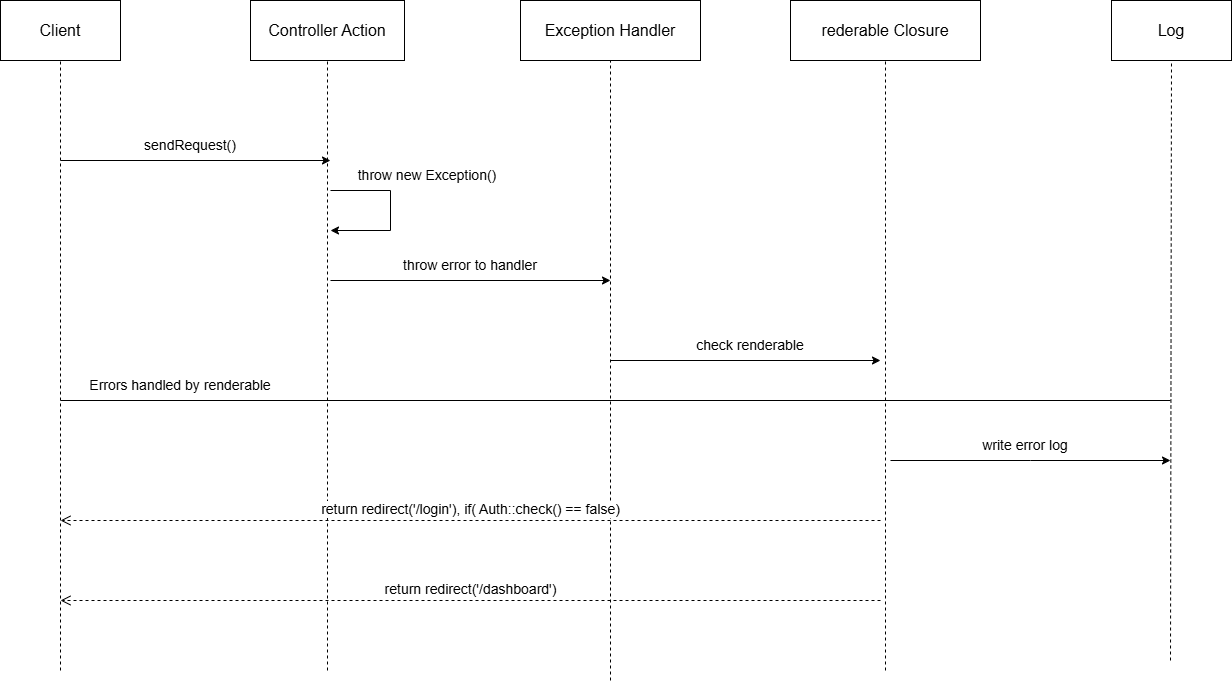
Earlier version of the draw.io export documents/images/diagrams/centralized-error-handling.drawio.png (Nguyen1976/note_web_laravel). Source tidied: cells renumbered, new cells last; positions are measured from the earlier drawing's top-left corner, leaving out a move shared by most shapes. Source of this version:
```xml
<mxGraphModel>
  <root>
    <mxCell id="0" />
    <mxCell id="1" parent="0" />
    <mxCell id="2" value="&lt;font style=&quot;font-size: 16px;&quot;&gt;Client&lt;/font&gt;" style="rounded=0;whiteSpace=wrap;html=1;" parent="1" vertex="1">
      <mxGeometry width="120" height="60" as="geometry" />
    </mxCell>
    <mxCell id="3" value="&lt;font style=&quot;font-size: 16px;&quot;&gt;Controller Action&lt;/font&gt;" style="rounded=0;whiteSpace=wrap;html=1;" parent="1" vertex="1">
      <mxGeometry x="250" width="154" height="60" as="geometry" />
    </mxCell>
    <mxCell id="4" value="&lt;font style=&quot;font-size: 16px;&quot;&gt;Exception Handler&lt;/font&gt;" style="rounded=0;whiteSpace=wrap;html=1;" parent="1" vertex="1">
      <mxGeometry x="520" width="180" height="60" as="geometry" />
    </mxCell>
    <mxCell id="5" value="&lt;font style=&quot;font-size: 16px;&quot;&gt;rederable Closure&lt;/font&gt;" style="rounded=0;whiteSpace=wrap;html=1;" parent="1" vertex="1">
      <mxGeometry x="790" width="190" height="60" as="geometry" />
    </mxCell>
    <mxCell id="6" value="&lt;font style=&quot;font-size: 16px;&quot;&gt;Log&lt;/font&gt;" style="rounded=0;whiteSpace=wrap;html=1;" parent="1" vertex="1">
      <mxGeometry x="1111" width="120" height="60" as="geometry" />
    </mxCell>
    <mxCell id="7" style="endArrow=none;dashed=1;html=1;rounded=0;entryX=0.5;entryY=1;entryDx=0;entryDy=0;" parent="1" edge="1" target="2">
      <mxGeometry relative="1" as="geometry">
        <mxPoint x="60" y="670" as="sourcePoint" />
      </mxGeometry>
    </mxCell>
    <mxCell id="8" style="endArrow=none;dashed=1;html=1;rounded=0;entryX=0.5;entryY=1;entryDx=0;entryDy=0;" parent="1" edge="1" target="3">
      <mxGeometry relative="1" as="geometry">
        <mxPoint x="327" y="670" as="sourcePoint" />
      </mxGeometry>
    </mxCell>
    <mxCell id="9" style="endArrow=none;dashed=1;html=1;rounded=0;entryX=0.5;entryY=1;entryDx=0;entryDy=0;" parent="1" edge="1" target="4">
      <mxGeometry relative="1" as="geometry">
        <mxPoint x="610" y="680" as="sourcePoint" />
      </mxGeometry>
    </mxCell>
    <mxCell id="10" style="endArrow=none;dashed=1;html=1;rounded=0;entryX=0.5;entryY=1;entryDx=0;entryDy=0;" parent="1" edge="1" target="5">
      <mxGeometry relative="1" as="geometry">
        <mxPoint x="885" y="670" as="sourcePoint" />
        <Array as="points">
          <mxPoint x="885" y="440" />
        </Array>
      </mxGeometry>
    </mxCell>
    <mxCell id="11" style="endArrow=none;dashed=1;html=1;rounded=0;entryX=0.5;entryY=1;entryDx=0;entryDy=0;" parent="1" edge="1" target="6">
      <mxGeometry relative="1" as="geometry">
        <mxPoint x="1170" y="660" as="sourcePoint" />
      </mxGeometry>
    </mxCell>
    <mxCell id="12" style="endArrow=classic;html=1;rounded=0;" parent="1" edge="1">
      <mxGeometry relative="1" as="geometry">
        <mxPoint x="60" y="160" as="sourcePoint" />
        <mxPoint x="330" y="160" as="targetPoint" />
      </mxGeometry>
    </mxCell>
    <mxCell id="13" value="&lt;font style=&quot;font-size: 14px;&quot;&gt;sendRequest()&lt;/font&gt;" style="text;html=1;align=center;verticalAlign=middle;whiteSpace=wrap;rounded=0;" parent="1" vertex="1">
      <mxGeometry x="60" y="130" width="260" height="30" as="geometry" />
    </mxCell>
    <mxCell id="14" style="endArrow=classic;html=1;rounded=0;" parent="1" edge="1">
      <mxGeometry relative="1" as="geometry">
        <mxPoint x="330" y="190" as="sourcePoint" />
        <mxPoint x="330" y="230" as="targetPoint" />
        <Array as="points">
          <mxPoint x="390" y="190" />
          <mxPoint x="390" y="230" />
        </Array>
      </mxGeometry>
    </mxCell>
    <mxCell id="15" value="&lt;font style=&quot;font-size: 14px;&quot;&gt;throw new Exception()&lt;/font&gt;" style="text;html=1;align=center;verticalAlign=middle;whiteSpace=wrap;rounded=0;" parent="1" vertex="1">
      <mxGeometry x="334" y="160" width="186" height="30" as="geometry" />
    </mxCell>
    <mxCell id="16" style="endArrow=classic;html=1;rounded=0;" parent="1" edge="1">
      <mxGeometry relative="1" as="geometry">
        <mxPoint x="330" y="280" as="sourcePoint" />
        <mxPoint x="610" y="280" as="targetPoint" />
      </mxGeometry>
    </mxCell>
    <mxCell id="17" value="&lt;font style=&quot;font-size: 14px;&quot;&gt;throw error to handler&lt;/font&gt;" style="text;html=1;align=center;verticalAlign=middle;whiteSpace=wrap;rounded=0;" parent="1" vertex="1">
      <mxGeometry x="330" y="250" width="280" height="30" as="geometry" />
    </mxCell>
    <mxCell id="18" style="endArrow=classic;html=1;rounded=0;" parent="1" edge="1">
      <mxGeometry relative="1" as="geometry">
        <mxPoint x="610" y="360" as="sourcePoint" />
        <mxPoint x="880" y="360" as="targetPoint" />
      </mxGeometry>
    </mxCell>
    <mxCell id="19" value="&lt;font style=&quot;font-size: 14px;&quot;&gt;check renderable&lt;/font&gt;" style="text;html=1;align=center;verticalAlign=middle;whiteSpace=wrap;rounded=0;" parent="1" vertex="1">
      <mxGeometry x="630" y="330" width="240" height="30" as="geometry" />
    </mxCell>
    <mxCell id="20" value="&lt;font style=&quot;font-size: 14px;&quot;&gt;Errors handled by renderable&lt;/font&gt;" style="text;html=1;align=center;verticalAlign=middle;whiteSpace=wrap;rounded=0;" parent="1" vertex="1">
      <mxGeometry x="70" y="370" width="220" height="30" as="geometry" />
    </mxCell>
    <mxCell id="21" style="endArrow=none;html=1;rounded=0;" parent="1" edge="1">
      <mxGeometry relative="1" as="geometry">
        <mxPoint x="60" y="400" as="sourcePoint" />
        <mxPoint x="1170" y="400" as="targetPoint" />
      </mxGeometry>
    </mxCell>
    <mxCell id="22" style="endArrow=classic;html=1;rounded=0;" parent="1" edge="1">
      <mxGeometry relative="1" as="geometry">
        <mxPoint x="890" y="460" as="sourcePoint" />
        <mxPoint x="1170" y="460" as="targetPoint" />
        <Array as="points">
          <mxPoint x="1030" y="460" />
        </Array>
      </mxGeometry>
    </mxCell>
    <mxCell id="23" value="&lt;font style=&quot;font-size: 14px;&quot;&gt;write error log&lt;/font&gt;" style="text;html=1;align=center;verticalAlign=middle;whiteSpace=wrap;rounded=0;" parent="1" vertex="1">
      <mxGeometry x="890" y="430" width="270" height="30" as="geometry" />
    </mxCell>
    <mxCell id="24" value="&lt;font style=&quot;font-size: 14px;&quot;&gt;return redirect('/login'), if( Auth::check() == false)&lt;/font&gt;" style="html=1;verticalAlign=bottom;endArrow=open;dashed=1;endSize=8;curved=0;rounded=0;" parent="1" edge="1">
      <mxGeometry relative="1" as="geometry">
        <mxPoint x="880" y="520" as="sourcePoint" />
        <mxPoint x="60" y="520" as="targetPoint" />
      </mxGeometry>
    </mxCell>
    <mxCell id="25" value="&lt;font style=&quot;font-size: 14px;&quot;&gt;return redirect('/dashboard')&lt;/font&gt;" style="html=1;verticalAlign=bottom;endArrow=open;dashed=1;endSize=8;curved=0;rounded=0;" parent="1" edge="1">
      <mxGeometry relative="1" as="geometry">
        <mxPoint x="880" y="600" as="sourcePoint" />
        <mxPoint x="60" y="600" as="targetPoint" />
      </mxGeometry>
    </mxCell>
  </root>
</mxGraphModel>
```
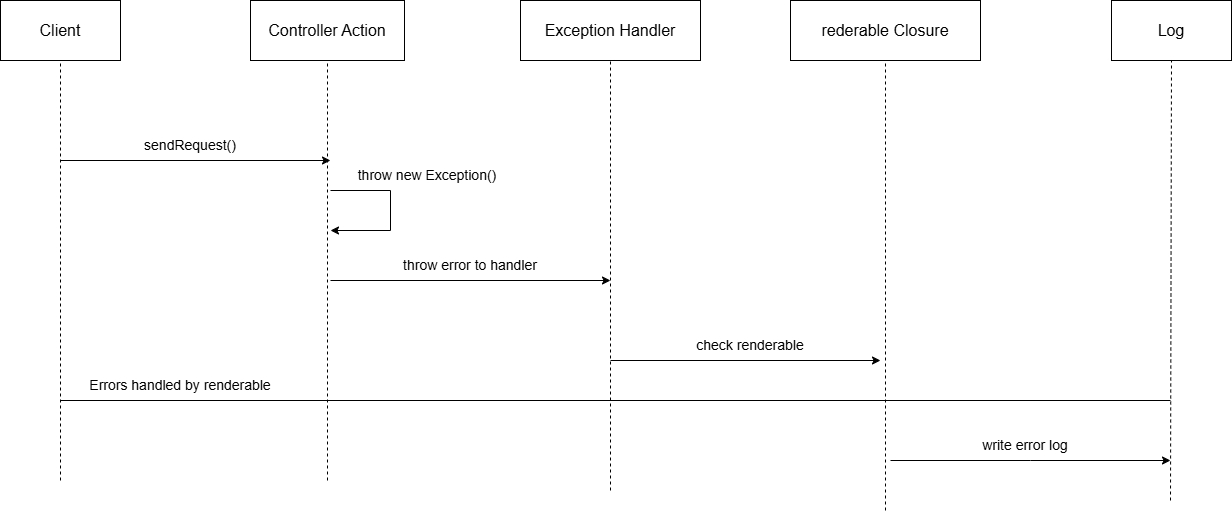
The same file after the commit.

Commit message:
update-docs(centralized-errror-handling)

The edit, as a diff of the source:
```diff
@@ -19,22 +19,22 @@
     </mxCell>
     <mxCell id="7" style="endArrow=none;dashed=1;html=1;rounded=0;entryX=0.5;entryY=1;entryDx=0;entryDy=0;" parent="1" edge="1" target="2">
       <mxGeometry relative="1" as="geometry">
-        <mxPoint x="60" y="670" as="sourcePoint" />
+        <mxPoint x="60" y="480" as="sourcePoint" />
       </mxGeometry>
     </mxCell>
     <mxCell id="8" style="endArrow=none;dashed=1;html=1;rounded=0;entryX=0.5;entryY=1;entryDx=0;entryDy=0;" parent="1" edge="1" target="3">
       <mxGeometry relative="1" as="geometry">
-        <mxPoint x="327" y="670" as="sourcePoint" />
+        <mxPoint x="327" y="480" as="sourcePoint" />
       </mxGeometry>
     </mxCell>
     <mxCell id="9" style="endArrow=none;dashed=1;html=1;rounded=0;entryX=0.5;entryY=1;entryDx=0;entryDy=0;" parent="1" edge="1" target="4">
       <mxGeometry relative="1" as="geometry">
-        <mxPoint x="610" y="680" as="sourcePoint" />
+        <mxPoint x="610" y="490" as="sourcePoint" />
       </mxGeometry>
     </mxCell>
     <mxCell id="10" style="endArrow=none;dashed=1;html=1;rounded=0;entryX=0.5;entryY=1;entryDx=0;entryDy=0;" parent="1" edge="1" target="5">
       <mxGeometry relative="1" as="geometry">
-        <mxPoint x="885" y="670" as="sourcePoint" />
+        <mxPoint x="885" y="510" as="sourcePoint" />
         <Array as="points">
           <mxPoint x="885" y="440" />
         </Array>
@@ -42,7 +42,7 @@
     </mxCell>
     <mxCell id="11" style="endArrow=none;dashed=1;html=1;rounded=0;entryX=0.5;entryY=1;entryDx=0;entryDy=0;" parent="1" edge="1" target="6">
       <mxGeometry relative="1" as="geometry">
-        <mxPoint x="1170" y="660" as="sourcePoint" />
+        <mxPoint x="1170" y="500" as="sourcePoint" />
       </mxGeometry>
     </mxCell>
     <mxCell id="12" style="endArrow=classic;html=1;rounded=0;" parent="1" edge="1">
@@ -106,17 +106,5 @@
     <mxCell id="23" value="&lt;font style=&quot;font-size: 14px;&quot;&gt;write error log&lt;/font&gt;" style="text;html=1;align=center;verticalAlign=middle;whiteSpace=wrap;rounded=0;" parent="1" vertex="1">
       <mxGeometry x="890" y="430" width="270" height="30" as="geometry" />
     </mxCell>
-    <mxCell id="24" value="&lt;font style=&quot;font-size: 14px;&quot;&gt;return redirect('/login'), if( Auth::check() == false)&lt;/font&gt;" style="html=1;verticalAlign=bottom;endArrow=open;dashed=1;endSize=8;curved=0;rounded=0;" parent="1" edge="1">
-      <mxGeometry relative="1" as="geometry">
-        <mxPoint x="880" y="520" as="sourcePoint" />
-        <mxPoint x="60" y="520" as="targetPoint" />
-      </mxGeometry>
-    </mxCell>
-    <mxCell id="25" value="&lt;font style=&quot;font-size: 14px;&quot;&gt;return redirect('/dashboard')&lt;/font&gt;" style="html=1;verticalAlign=bottom;endArrow=open;dashed=1;endSize=8;curved=0;rounded=0;" parent="1" edge="1">
-      <mxGeometry relative="1" as="geometry">
-        <mxPoint x="880" y="600" as="sourcePoint" />
-        <mxPoint x="60" y="600" as="targetPoint" />
-      </mxGeometry>
-    </mxCell>
   </root>
 </mxGraphModel>
```
